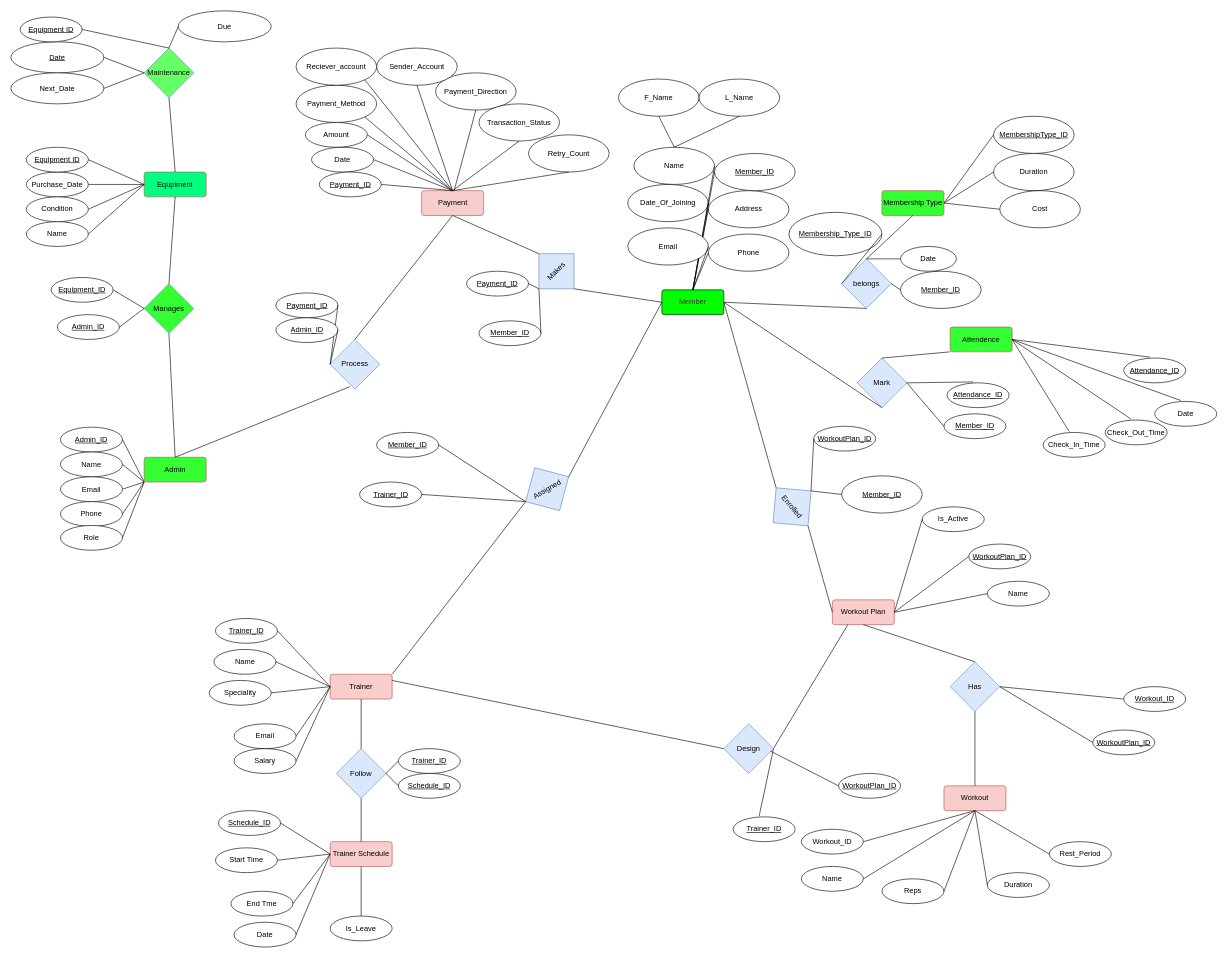
This is Backend/Gym.drawio from Radio-active-Boys/gym-day, a draw.io file, before an edit. Source tidied: cells renumbered, new cells numbered last; positions are measured from the earlier drawing's top-left corner, leaving out a move shared by most shapes. Both pictures are drawn from the tidied source at 62%, with x=0, y=0 at pixel (11, 11).
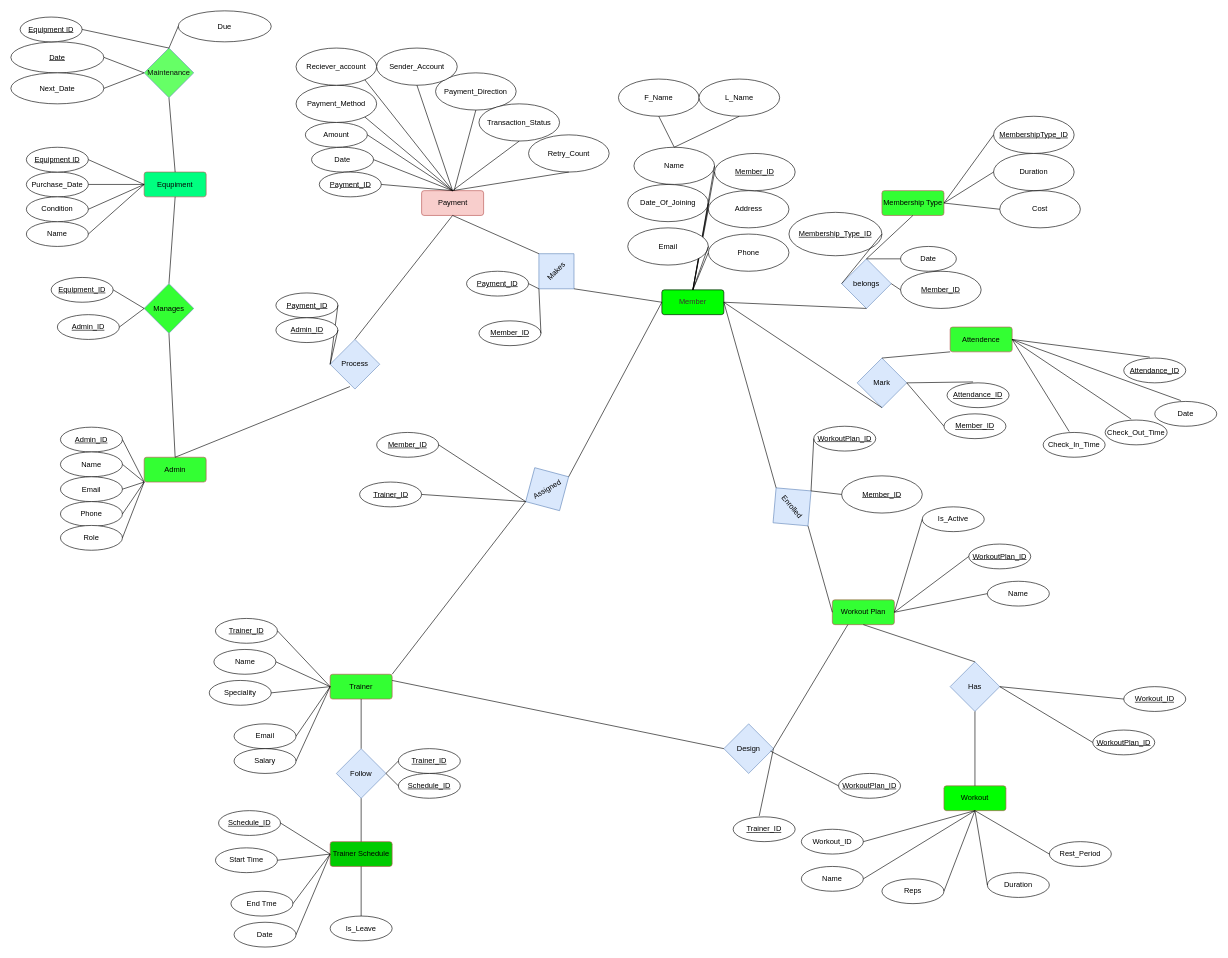
The same diagram, later.

Change to the diagram source:
```diff
@@
-    <mxCell id="4" value="Trainer" style="rounded=1;arcSize=10;whiteSpace=wrap;html=1;align=center;fillColor=#f8cecc;strokeColor=#b85450;" parent="1" vertex="1">
+    <mxCell id="4" value="Trainer" style="rounded=1;arcSize=10;whiteSpace=wrap;html=1;align=center;fillColor=#33FF33;strokeColor=#b85450;" parent="1" vertex="1">
       <mxGeometry x="515" y="1070" width="100" height="40" as="geometry" />
     </mxCell>
@@
-    <mxCell id="6" value="Workout Plan" style="rounded=1;arcSize=10;whiteSpace=wrap;html=1;align=center;fillColor=#f8cecc;strokeColor=#b85450;" parent="1" vertex="1">
+    <mxCell id="6" value="Workout Plan" style="rounded=1;arcSize=10;whiteSpace=wrap;html=1;align=center;fillColor=#33FF33;strokeColor=#b85450;" parent="1" vertex="1">
       <mxGeometry x="1325" y="950" width="100" height="40" as="geometry" />
     </mxCell>
-    <mxCell id="7" value="Workout" style="rounded=1;arcSize=10;whiteSpace=wrap;html=1;align=center;fillColor=#f8cecc;strokeColor=#b85450;" parent="1" vertex="1">
+    <mxCell id="7" value="Workout" style="rounded=1;arcSize=10;whiteSpace=wrap;html=1;align=center;fillColor=#00FF00;strokeColor=#b85450;" parent="1" vertex="1">
       <mxGeometry x="1505" y="1250" width="100" height="40" as="geometry" />
     </mxCell>
@@
-    <mxCell id="11" value="Trainer Schedule" style="rounded=1;arcSize=10;whiteSpace=wrap;html=1;align=center;fillColor=#f8cecc;strokeColor=#b85450;" parent="1" vertex="1">
+    <mxCell id="11" value="Trainer Schedule" style="rounded=1;arcSize=10;whiteSpace=wrap;html=1;align=center;fillColor=#00CC00;strokeColor=#b85450;" parent="1" vertex="1">
       <mxGeometry x="515" y="1340" width="100" height="40" as="geometry" />
     </mxCell>
```
